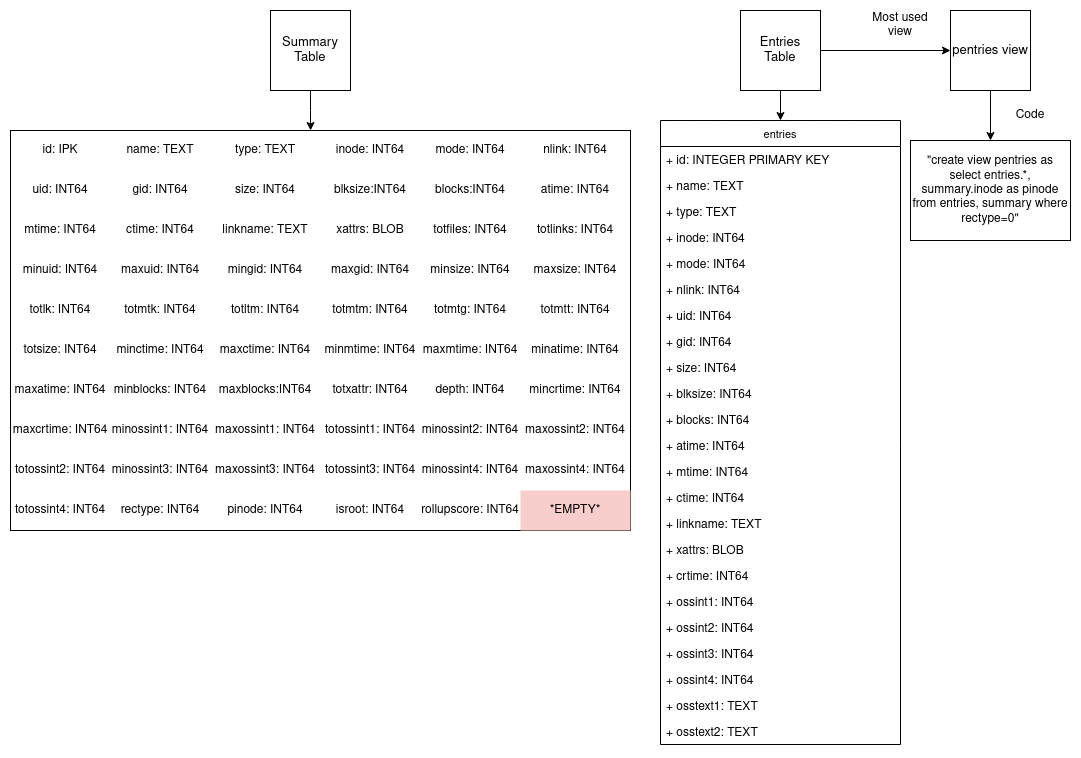
This is docs/latex/images/Database_Schemas.png from mar-file-system/GUFI, a draw.io export, as it was before one commit. Source tidied: cells renumbered, new cells last; positions are measured from the earlier drawing's top-left corner, leaving out a move shared by most shapes.
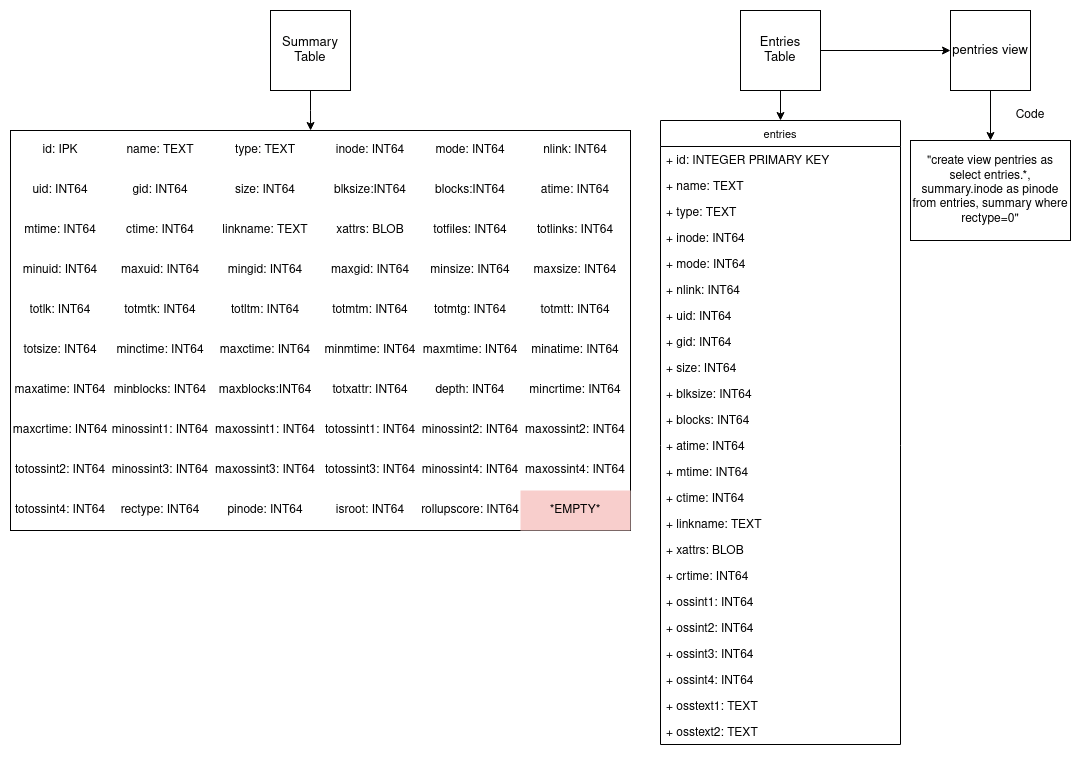
The same diagram one commit later.

The edit, as a diff of the source:
```diff
@@ -311,9 +311,6 @@
     <mxCell id="104" value="&quot;create view pentries as select entries.*, summary.inode as pinode from entries, summary where rectype=0&quot;" style="whiteSpace=wrap;html=1;" parent="1" vertex="1">
       <mxGeometry x="900" y="130" width="160" height="100" as="geometry" />
     </mxCell>
-    <mxCell id="105" value="Most used view" style="text;html=1;strokeColor=none;fillColor=none;align=center;verticalAlign=middle;whiteSpace=wrap;rounded=0;" parent="1" vertex="1">
-      <mxGeometry x="860" width="60" height="30" as="geometry" />
-    </mxCell>
     <mxCell id="106" value="Code" style="text;html=1;strokeColor=none;fillColor=none;align=center;verticalAlign=middle;whiteSpace=wrap;rounded=0;" parent="1" vertex="1">
       <mxGeometry x="990" y="90" width="60" height="30" as="geometry" />
     </mxCell>
```
